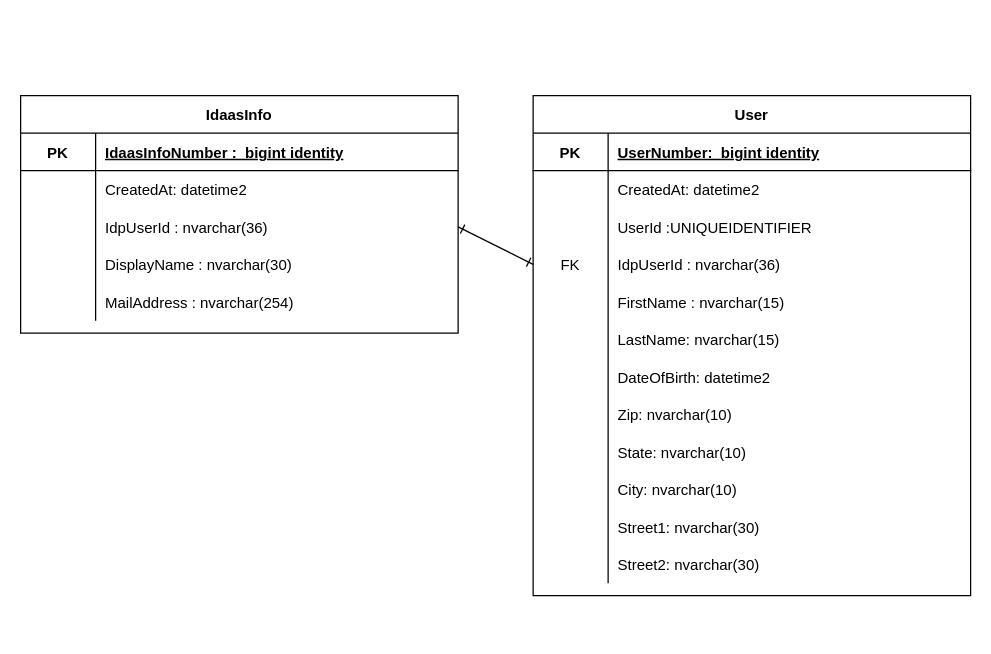
Before: docs/persistence-modeling/er-diagram.drawio in AlterEnter/UsedCar.Backend, a draw.io diagram. Source tidied: cells renumbered, new cells numbered last; positions are measured from the earlier drawing's top-left corner, leaving out a move shared by most shapes. Both pictures are drawn from the tidied source at 125%, with x=0, y=0 at pixel (20, 20).
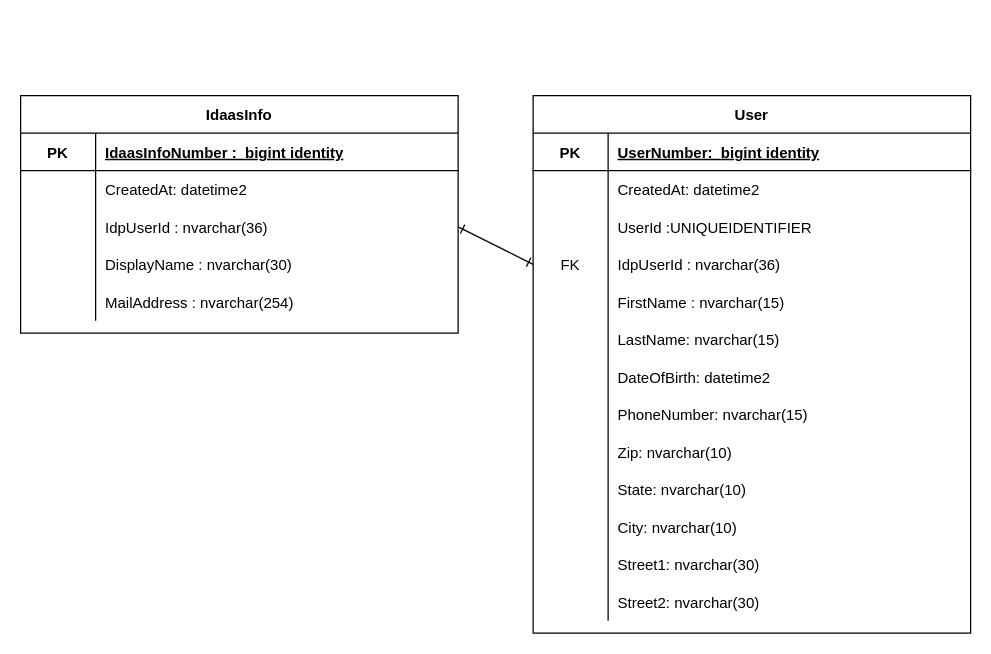
The same page after the edit.

Change to the diagram source:
```diff
@@
     <mxCell id="20" value="User" style="shape=table;startSize=30;childLayout=tableLayout;rowLines=0;fontStyle=1;align=center;" parent="1" vertex="1">
-      <mxGeometry x="410" y="60" width="350" height="400" as="geometry" />
+      <mxGeometry x="410" y="60" width="350" height="430" as="geometry" />
     </mxCell>
@@
+    <mxCell id="58" style="shape=partialRectangle;fillColor=none;top=0;left=0;bottom=0;right=0;" parent="20" vertex="1">
+      <mxGeometry y="240" width="350" height="30" as="geometry" />
+    </mxCell>
+    <mxCell id="59" style="shape=partialRectangle;fillColor=none;top=0;left=0;bottom=0;right=0;overflow=hidden;" parent="58" vertex="1">
+      <mxGeometry width="60" height="30" as="geometry" />
+    </mxCell>
+    <mxCell id="60" value="PhoneNumber: nvarchar(15)" style="shape=partialRectangle;fillColor=none;top=0;left=0;bottom=0;right=0;align=left;spacingLeft=6;overflow=hidden;fontStyle=0;" parent="58" vertex="1">
+      <mxGeometry x="60" width="290" height="30" as="geometry" />
+    </mxCell>
     <mxCell id="42" style="shape=partialRectangle;fillColor=none;top=0;left=0;bottom=0;right=0;" parent="20" vertex="1">
-      <mxGeometry y="240" width="350" height="30" as="geometry" />
+      <mxGeometry y="270" width="350" height="30" as="geometry" />
     </mxCell>
@@
     <mxCell id="45" style="shape=partialRectangle;fillColor=none;top=0;left=0;bottom=0;right=0;" parent="20" vertex="1">
-      <mxGeometry y="270" width="350" height="30" as="geometry" />
+      <mxGeometry y="300" width="350" height="30" as="geometry" />
     </mxCell>
@@
     <mxCell id="48" style="shape=partialRectangle;fillColor=none;top=0;left=0;bottom=0;right=0;" parent="20" vertex="1">
-      <mxGeometry y="300" width="350" height="30" as="geometry" />
+      <mxGeometry y="330" width="350" height="30" as="geometry" />
     </mxCell>
@@
     <mxCell id="51" style="shape=partialRectangle;fillColor=none;top=0;left=0;bottom=0;right=0;" parent="20" vertex="1">
-      <mxGeometry y="330" width="350" height="30" as="geometry" />
+      <mxGeometry y="360" width="350" height="30" as="geometry" />
     </mxCell>
@@
     <mxCell id="54" style="shape=partialRectangle;fillColor=none;top=0;left=0;bottom=0;right=0;" parent="20" vertex="1">
-      <mxGeometry y="360" width="350" height="30" as="geometry" />
+      <mxGeometry y="390" width="350" height="30" as="geometry" />
     </mxCell>
```
